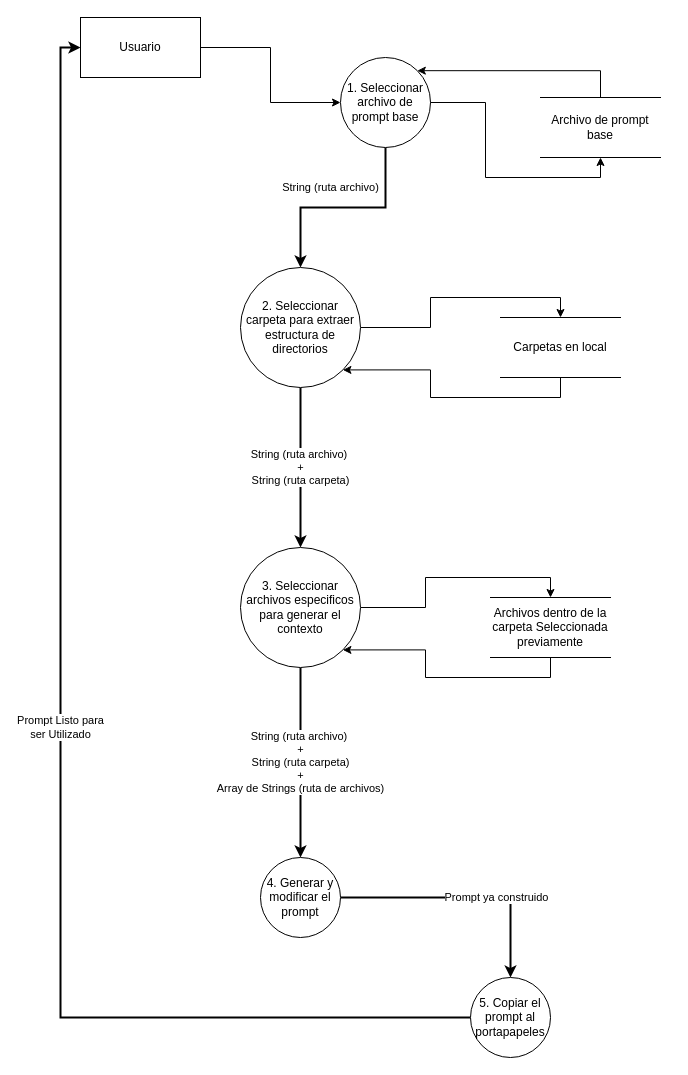
Earlier version of the draw.io diagram page "Diagrama de Flujo de Datos" (2 of 2) of docs/diagrams/Diagramas.drawio (gabriel-klettur/Prompt-Projects-Assistant). Source tidied: cells renumbered, new cells numbered last; positions are measured from the earlier drawing's top-left corner, leaving out a move shared by most shapes. Both pictures are drawn from the tidied source at 100%, with x=0, y=0 at pixel (80, 17).
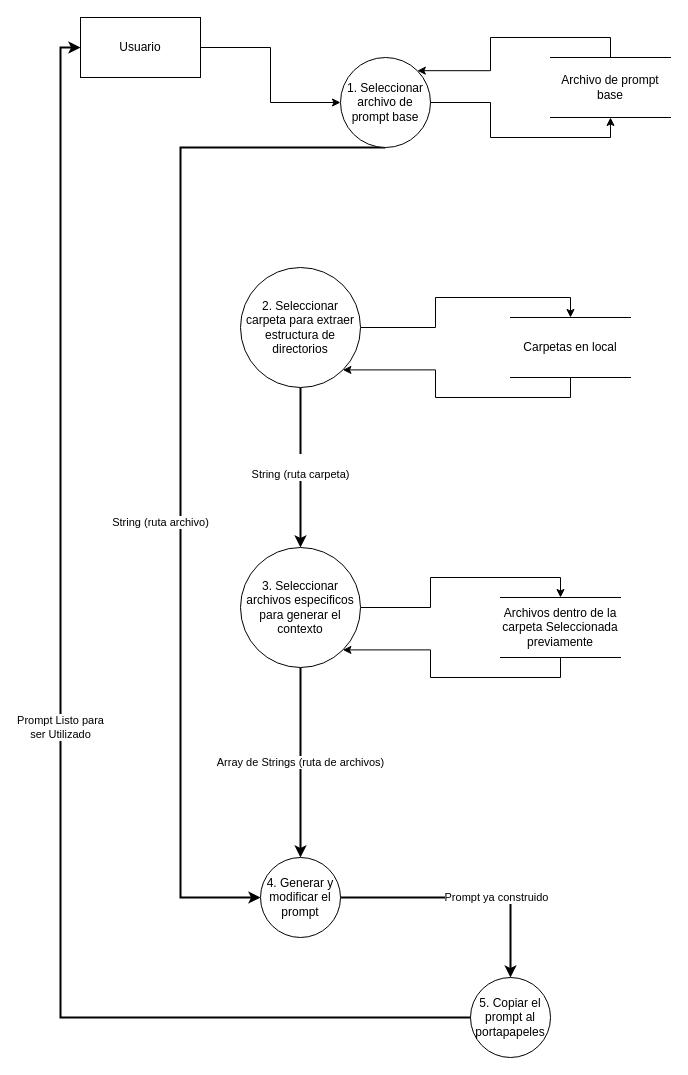
The same page after the edit.

Unchanged cells that the change refers to:
```xml
<mxCell id="7" value="1. Seleccionar archivo de prompt base" style="ellipse;whiteSpace=wrap;html=1;" parent="1" vertex="1">
  <mxGeometry x="260" y="40" width="90" height="90" as="geometry" />
</mxCell>
<mxCell id="10" value="2. Seleccionar carpeta para extraer estructura de directorios" style="ellipse;whiteSpace=wrap;html=1;" parent="1" vertex="1">
  <mxGeometry x="160" y="250" width="120" height="120" as="geometry" />
</mxCell>
<mxCell id="13" value="3. Seleccionar archivos especificos para generar el contexto" style="ellipse;whiteSpace=wrap;html=1;" parent="1" vertex="1">
  <mxGeometry x="160" y="530" width="120" height="120" as="geometry" />
</mxCell>
<mxCell id="15" value="4. Generar y modificar el prompt" style="ellipse;whiteSpace=wrap;html=1;" parent="1" vertex="1">
  <mxGeometry x="180" y="840" width="80" height="80" as="geometry" />
</mxCell>
```

The edit, as a diff of the source:
```diff
@@
-    <mxCell id="6" value="String (ruta archivo)" style="edgeStyle=orthogonalEdgeStyle;rounded=0;jettySize=auto;html=1;exitX=0.5;exitY=1;exitDx=0;exitDy=0;strokeWidth=2;" parent="1" edge="1" source="7" target="10">
-      <mxGeometry x="0.12" y="-20" relative="1" as="geometry" />
+    <mxCell id="6" value="String (ruta archivo)" style="edgeStyle=orthogonalEdgeStyle;rounded=0;jettySize=auto;html=1;exitX=0.5;exitY=1;exitDx=0;exitDy=0;strokeWidth=2;entryX=0;entryY=0.5;entryDx=0;entryDy=0;" parent="1" edge="1" source="7" target="15">
+      <mxGeometry x="0.12" y="-20" relative="1" as="geometry">
+        <Array as="points">
+          <mxPoint x="100" y="130" />
+          <mxPoint x="100" y="880" />
+        </Array>
+      </mxGeometry>
     </mxCell>
@@
-    <mxCell id="9" value="&lt;div&gt;String (ruta archivo)&amp;nbsp;&lt;/div&gt;&lt;div&gt;+&lt;/div&gt;&lt;div&gt;String (ruta carpeta)&lt;/div&gt;" style="edgeStyle=orthogonalEdgeStyle;rounded=0;jettySize=auto;html=1;exitX=0.5;exitY=1;exitDx=0;exitDy=0;strokeWidth=2;" parent="1" edge="1" source="10" target="13">
+    <mxCell id="9" value="&lt;div&gt;&lt;br&gt;&lt;/div&gt;&lt;div&gt;String (ruta carpeta)&lt;/div&gt;" style="edgeStyle=orthogonalEdgeStyle;rounded=0;jettySize=auto;html=1;exitX=0.5;exitY=1;exitDx=0;exitDy=0;strokeWidth=2;entryX=0.5;entryY=0;entryDx=0;entryDy=0;" parent="1" edge="1" source="10" target="13">
       <mxGeometry relative="1" as="geometry" />
     </mxCell>
@@
-    <mxCell id="12" value="&lt;div&gt;String (ruta archivo)&amp;nbsp;&lt;/div&gt;&lt;div&gt;+&lt;/div&gt;&lt;div&gt;String (ruta carpeta)&lt;/div&gt;&lt;div&gt;+&lt;br&gt;&lt;/div&gt;Array de Strings (ruta de archivos)" style="edgeStyle=orthogonalEdgeStyle;rounded=0;jettySize=auto;html=1;exitX=0.5;exitY=1;exitDx=0;exitDy=0;entryX=0.5;entryY=0;entryDx=0;entryDy=0;strokeWidth=2;" parent="1" edge="1" source="13" target="15">
+    <mxCell id="12" value="&lt;div&gt;Array de Strings (ruta de archivos)&lt;br&gt;&lt;/div&gt;" style="edgeStyle=orthogonalEdgeStyle;rounded=0;jettySize=auto;html=1;exitX=0.5;exitY=1;exitDx=0;exitDy=0;entryX=0.5;entryY=0;entryDx=0;entryDy=0;strokeWidth=2;" parent="1" edge="1" source="13" target="15">
       <mxGeometry relative="1" as="geometry" />
     </mxCell>
@@
     <mxCell id="20" value="Carpetas en local" style="shape=partialRectangle;whiteSpace=wrap;html=1;left=0;right=0;fillColor=none;" parent="1" vertex="1">
-      <mxGeometry x="420" y="300" width="120" height="60" as="geometry" />
+      <mxGeometry x="430" y="300" width="120" height="60" as="geometry" />
     </mxCell>
     <mxCell id="21" value="Archivo de prompt base" style="shape=partialRectangle;whiteSpace=wrap;html=1;left=0;right=0;fillColor=none;" parent="1" vertex="1">
-      <mxGeometry x="460" y="80" width="120" height="60" as="geometry" />
+      <mxGeometry x="470" y="40" width="120" height="60" as="geometry" />
     </mxCell>
     <mxCell id="22" value="Archivos dentro de la carpeta Seleccionada previamente" style="shape=partialRectangle;whiteSpace=wrap;html=1;left=0;right=0;fillColor=none;" parent="1" vertex="1">
-      <mxGeometry x="410" y="580" width="120" height="60" as="geometry" />
+      <mxGeometry x="420" y="580" width="120" height="60" as="geometry" />
     </mxCell>
```
